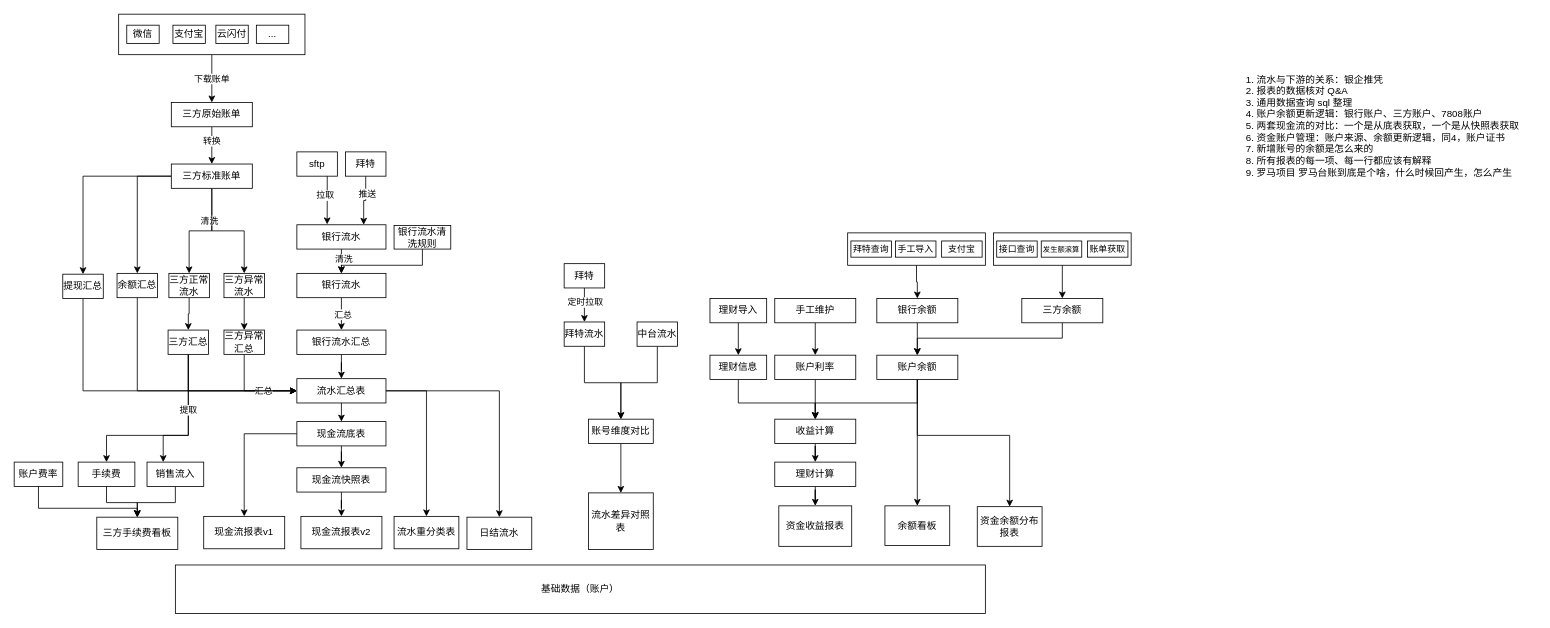
Earlier version of the draw.io diagram page "银行总体概况" (2 of 7) of 流程图/work_bankFlow.drawio (491705331/personal-notes). Source tidied: cells renumbered, new cells numbered last; positions are measured from the earlier drawing's top-left corner, leaving out a move shared by most shapes. Both pictures are drawn from the tidied source at 81%, with x=0, y=0 at pixel (14, 14).
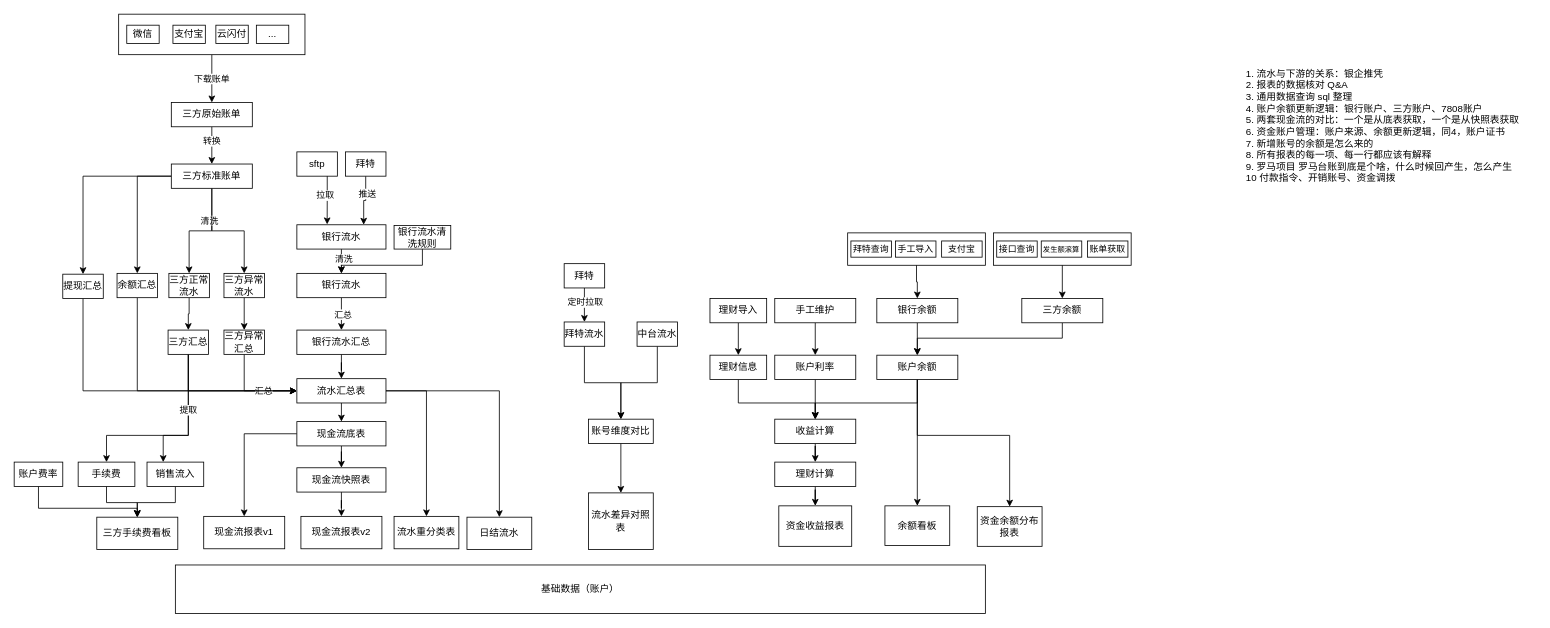
The same page after the edit.

Diff of the diagram source:
```diff
@@
-    <mxCell id="70" value="1. 流水与下游的关系：银企推凭&lt;div&gt;2. 报表的数据核对 Q&amp;amp;A&lt;/div&gt;&lt;div&gt;3. 通用数据查询 sql 整理&lt;/div&gt;&lt;div&gt;4. 账户余额更新逻辑：银行账户、三方账户、7808账户&lt;/div&gt;&lt;div&gt;5. 两套现金流的对比：一个是从底表获取，一个是从快照表获取&lt;/div&gt;&lt;div&gt;6. 资金账户管理：账户来源、余额更新逻辑，同4，账户证书&lt;/div&gt;&lt;div&gt;7. 新增账号的余额是怎么来的&lt;/div&gt;&lt;div&gt;8. 所有报表的每一项、每一行都应该有解释&lt;/div&gt;&lt;div&gt;9. 罗马项目 罗马台账到底是个啥，什么时候回产生，怎么产生&lt;/div&gt;" style="text;html=1;align=left;verticalAlign=middle;strokeColor=none;fillColor=none;" parent="1" vertex="1">
+    <mxCell id="70" value="1. 流水与下游的关系：银企推凭&lt;div&gt;2. 报表的数据核对 Q&amp;amp;A&lt;/div&gt;&lt;div&gt;3. 通用数据查询 sql 整理&lt;/div&gt;&lt;div&gt;4. 账户余额更新逻辑：银行账户、三方账户、7808账户&lt;/div&gt;&lt;div&gt;5. 两套现金流的对比：一个是从底表获取，一个是从快照表获取&lt;/div&gt;&lt;div&gt;6. 资金账户管理：账户来源、余额更新逻辑，同4，账户证书&lt;/div&gt;&lt;div&gt;7. 新增账号的余额是怎么来的&lt;/div&gt;&lt;div&gt;8. 所有报表的每一项、每一行都应该有解释&lt;/div&gt;&lt;div&gt;9. 罗马项目 罗马台账到底是个啥，什么时候回产生，怎么产生&lt;/div&gt;&lt;div&gt;10 付款指令、开销账号、资金调拨&lt;/div&gt;" style="text;html=1;align=left;verticalAlign=middle;strokeColor=none;fillColor=none;" parent="1" vertex="1">
       <mxGeometry x="1519" y="68" width="360" height="140" as="geometry" />
     </mxCell>
```
